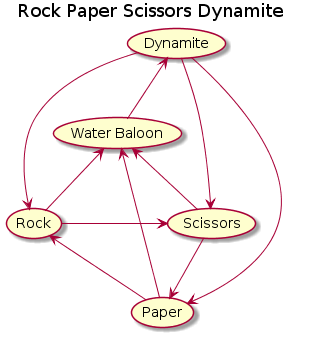
Before: docs/game_diagram.png, a diagram exported from PlantUML (DevChatter/RockPaperScissorsBoom).
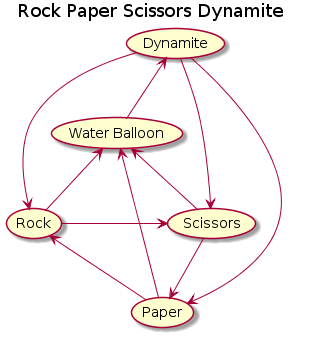
After the commit.

The edit, as a diff of the source:
```diff
@@ -2,13 +2,13 @@
 title Rock Paper Scissors Dynamite
 
 (Rock) -> (Scissors)
-(Water Baloon) <-- (Rock)
+(Water Balloon) <-- (Rock)
 (Scissors) -> (Paper)
-(Water Baloon) <-- (Scissors)
+(Water Balloon) <-- (Scissors)
 (Paper) --> (Rock)
-(Water Baloon) <-- (Paper)
+(Water Balloon) <-- (Paper)
 (Dynamite) --> (Scissors)
 (Dynamite) --> (Paper)
 (Dynamite) --> (Rock)
-(Dynamite) <-- (Water Baloon)
+(Dynamite) <-- (Water Balloon)
 @enduml
```
